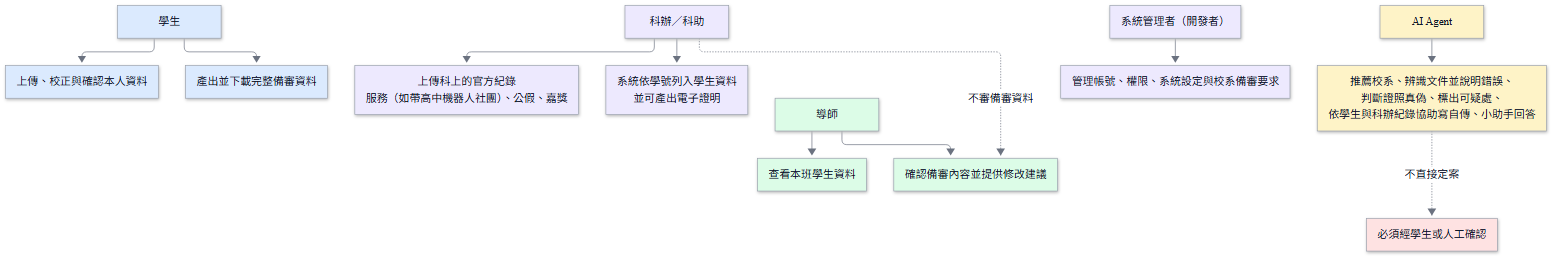
vujhdcusa/1028 keeps this Mermaid diagram as docs/images/D-14-role-responsibility.png. Above is the earlier version. Its source is kept beside it as docs/images/D-14-role-responsibility.mmd.
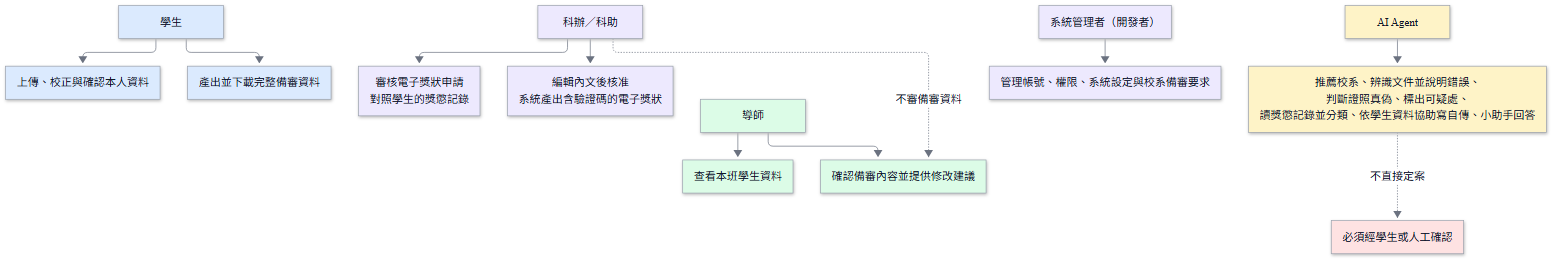
After the change.

Diff of the diagram source:
```diff
@@ -10,9 +10,9 @@
     Student --> S2[產出並下載完整備審資料]:::student
     Teacher[導師]:::teacher --> T1[查看本班學生資料]:::teacher
     Teacher --> T2[確認備審內容並提供修改建議]:::teacher
-    Staff[科辦／科助]:::staff --> F1[上傳科上的官方紀錄<br/>服務（如帶高中機器人社團）、公假、嘉獎]:::staff
-    Staff --> F2[系統依學號列入學生資料<br/>並可產出電子證明]:::staff
+    Staff[科辦／科助]:::staff --> F1[審核電子獎狀申請<br/>對照學生的獎懲記錄]:::staff
+    Staff --> F2[編輯內文後核准<br/>系統產出含驗證碼的電子獎狀]:::staff
     Staff -.不審備審資料.-> T2
     Admin[系統管理者（開發者）]:::staff --> A1[管理帳號、權限、系統設定與校系備審要求]:::staff
-    Agent[AI Agent]:::ai --> G1[推薦校系、辨識文件並說明錯誤、<br/>判斷證照真偽、標出可疑處、<br/>依學生與科辦紀錄協助寫自傳、小助手回答]:::ai
+    Agent[AI Agent]:::ai --> G1[推薦校系、辨識文件並說明錯誤、<br/>判斷證照真偽、標出可疑處、<br/>讀獎懲記錄並分類、依學生資料協助寫自傳、小助手回答]:::ai
     G1 -.不直接定案.-> Block[必須經學生或人工確認]:::alert
```
